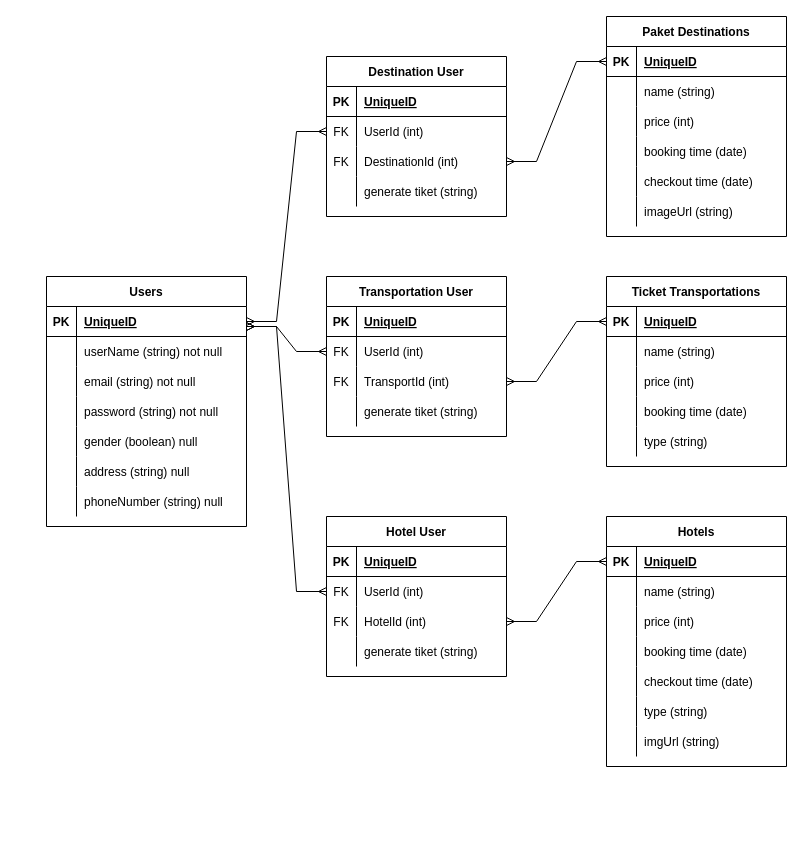
The draw.io diagram Untitled Diagram.drawio in rmt-21-uppsala-fox/p2-iproject-server, before the edit. Source tidied: cells renumbered, new cells numbered last; positions are measured from the earlier drawing's top-left corner, leaving out a move shared by most shapes. Both pictures are drawn from the tidied source at 100%, with x=0, y=0 at pixel (46, 16).
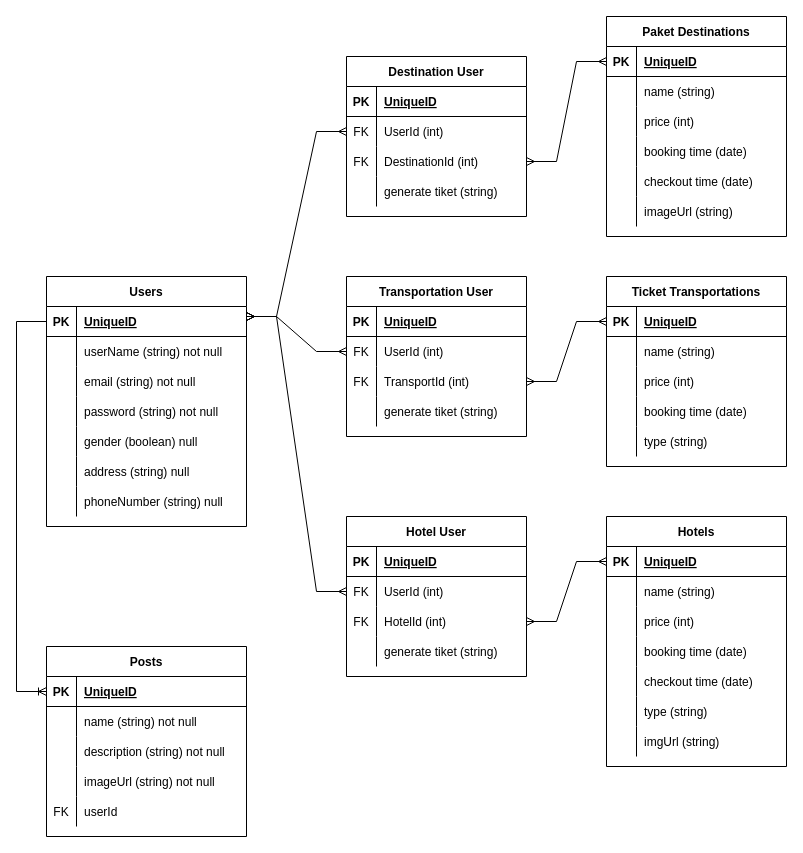
After the change.

The change refers to these unchanged cells:
```xml
<mxCell id="3" style="shape=tableRow;horizontal=0;startSize=0;swimlaneHead=0;swimlaneBody=0;fillColor=none;points=[[0,0.5],[1,0.5]];portConstraint=eastwest;top=0;left=0;right=0;bottom=1;" parent="2" vertex="1">
  <mxGeometry y="30" width="200" height="30" as="geometry" />
</mxCell>
<mxCell id="85" style="shape=tableRow;horizontal=0;startSize=0;swimlaneHead=0;swimlaneBody=0;fillColor=none;points=[[0,0.5],[1,0.5]];portConstraint=eastwest;top=0;left=0;right=0;bottom=0;" parent="81" vertex="1">
  <mxGeometry y="60" width="180" height="30" as="geometry" />
</mxCell>
<mxCell id="98" style="shape=tableRow;horizontal=0;startSize=0;swimlaneHead=0;swimlaneBody=0;fillColor=none;points=[[0,0.5],[1,0.5]];portConstraint=eastwest;top=0;left=0;right=0;bottom=0;" parent="94" vertex="1">
  <mxGeometry y="60" width="180" height="30" as="geometry" />
</mxCell>
<mxCell id="111" style="shape=tableRow;horizontal=0;startSize=0;swimlaneHead=0;swimlaneBody=0;fillColor=none;points=[[0,0.5],[1,0.5]];portConstraint=eastwest;top=0;left=0;right=0;bottom=0;" parent="107" vertex="1">
  <mxGeometry y="60" width="180" height="30" as="geometry" />
</mxCell>
```

What changed in the source:
```diff
@@
     <mxCell id="81" value="Destination User" style="shape=table;startSize=30;childLayout=tableLayout;rowLines=0;fontStyle=1;align=center;" parent="1" vertex="1">
-      <mxGeometry x="280" y="40" width="180" height="160" as="geometry" />
+      <mxGeometry x="300" y="40" width="180" height="160" as="geometry" />
     </mxCell>
@@
     <mxCell id="94" value="Transportation User" style="shape=table;startSize=30;childLayout=tableLayout;rowLines=0;fontStyle=1;align=center;" parent="1" vertex="1">
-      <mxGeometry x="280" y="260" width="180" height="160" as="geometry" />
+      <mxGeometry x="300" y="260" width="180" height="160" as="geometry" />
     </mxCell>
@@
     <mxCell id="107" value="Hotel User" style="shape=table;startSize=30;childLayout=tableLayout;rowLines=0;fontStyle=1;align=center;" parent="1" vertex="1">
-      <mxGeometry x="280" y="500" width="180" height="160" as="geometry" />
+      <mxGeometry x="300" y="500" width="180" height="160" as="geometry" />
     </mxCell>
@@
-    <mxCell id="120" style="edgeStyle=entityRelationEdgeStyle;fontSize=12;html=1;endArrow=ERmany;startArrow=ERmany;rounded=0;exitX=1;exitY=0.5;exitDx=0;exitDy=0;entryX=0;entryY=0.5;entryDx=0;entryDy=0;" parent="1" edge="1" source="3" target="85">
-      <mxGeometry relative="1" as="geometry" />
+    <mxCell id="120" style="edgeStyle=entityRelationEdgeStyle;fontSize=12;html=1;endArrow=ERmany;startArrow=ERmany;rounded=0;entryX=0;entryY=0.5;entryDx=0;entryDy=0;" parent="1" edge="1" target="85">
+      <mxGeometry relative="1" as="geometry">
+        <mxPoint x="200" y="300" as="sourcePoint" />
+      </mxGeometry>
     </mxCell>
@@
     <mxCell id="124" style="edgeStyle=entityRelationEdgeStyle;fontSize=12;html=1;endArrow=ERmany;startArrow=ERmany;rounded=0;" parent="1" edge="1" target="111">
       <mxGeometry relative="1" as="geometry">
-        <mxPoint x="200" y="310" as="sourcePoint" />
+        <mxPoint x="200" y="300" as="sourcePoint" />
       </mxGeometry>
     </mxCell>
     <mxCell id="125" style="edgeStyle=entityRelationEdgeStyle;fontSize=12;html=1;endArrow=ERmany;startArrow=ERmany;rounded=0;entryX=0;entryY=0.5;entryDx=0;entryDy=0;" parent="1" edge="1" target="98">
       <mxGeometry relative="1" as="geometry">
-        <mxPoint x="200" y="310" as="sourcePoint" />
+        <mxPoint x="200" y="300" as="sourcePoint" />
       </mxGeometry>
     </mxCell>
+    <mxCell id="126" value="Posts" style="shape=table;startSize=30;childLayout=tableLayout;rowLines=0;fontStyle=1;align=center;" parent="1" vertex="1">
+      <mxGeometry y="630" width="200" height="190" as="geometry" />
+    </mxCell>
+    <mxCell id="127" style="shape=tableRow;horizontal=0;startSize=0;swimlaneHead=0;swimlaneBody=0;fillColor=none;points=[[0,0.5],[1,0.5]];portConstraint=eastwest;top=0;left=0;right=0;bottom=1;" parent="126" vertex="1">
+      <mxGeometry y="30" width="200" height="30" as="geometry" />
+    </mxCell>
+    <mxCell id="128" value="PK" style="shape=partialRectangle;fillColor=none;top=0;left=0;bottom=0;right=0;fontStyle=1;overflow=hidden;" parent="127" vertex="1">
+      <mxGeometry width="30" height="30" as="geometry" />
+    </mxCell>
+    <mxCell id="129" value="UniqueID" style="shape=partialRectangle;fillColor=none;top=0;left=0;bottom=0;right=0;align=left;spacingLeft=6;fontStyle=5;overflow=hidden;" parent="127" vertex="1">
+      <mxGeometry x="30" width="170" height="30" as="geometry" />
+    </mxCell>
+    <mxCell id="130" style="shape=tableRow;horizontal=0;startSize=0;swimlaneHead=0;swimlaneBody=0;fillColor=none;top=0;left=0;right=0;bottom=0;" parent="126" vertex="1">
+      <mxGeometry y="60" width="200" height="30" as="geometry" />
+    </mxCell>
+    <mxCell id="131" style="shape=partialRectangle;fillColor=none;top=0;left=0;bottom=0;right=0;overflow=hidden;" parent="130" vertex="1">
+      <mxGeometry width="30" height="30" as="geometry" />
+    </mxCell>
+    <mxCell id="132" value="name (string) not null" style="shape=partialRectangle;fillColor=none;top=0;left=0;bottom=0;right=0;align=left;spacingLeft=6;overflow=hidden;" parent="130" vertex="1">
+      <mxGeometry x="30" width="170" height="30" as="geometry" />
+    </mxCell>
+    <mxCell id="133" style="shape=tableRow;horizontal=0;startSize=0;swimlaneHead=0;swimlaneBody=0;fillColor=none;top=0;left=0;right=0;bottom=0;" parent="126" vertex="1">
+      <mxGeometry y="90" width="200" height="30" as="geometry" />
+    </mxCell>
+    <mxCell id="134" style="shape=partialRectangle;fillColor=none;top=0;left=0;bottom=0;right=0;overflow=hidden;" parent="133" vertex="1">
+      <mxGeometry width="30" height="30" as="geometry" />
+    </mxCell>
+    <mxCell id="135" value="description (string) not null" style="shape=partialRectangle;fillColor=none;top=0;left=0;bottom=0;right=0;align=left;spacingLeft=6;overflow=hidden;" parent="133" vertex="1">
+      <mxGeometry x="30" width="170" height="30" as="geometry" />
+    </mxCell>
+    <mxCell id="136" style="shape=tableRow;horizontal=0;startSize=0;swimlaneHead=0;swimlaneBody=0;fillColor=none;top=0;left=0;right=0;bottom=0;" parent="126" vertex="1">
+      <mxGeometry y="120" width="200" height="30" as="geometry" />
+    </mxCell>
+    <mxCell id="137" style="shape=partialRectangle;fillColor=none;top=0;left=0;bottom=0;right=0;overflow=hidden;" parent="136" vertex="1">
+      <mxGeometry width="30" height="30" as="geometry" />
+    </mxCell>
+    <mxCell id="138" value="imageUrl (string) not null" style="shape=partialRectangle;fillColor=none;top=0;left=0;bottom=0;right=0;align=left;spacingLeft=6;overflow=hidden;" parent="136" vertex="1">
+      <mxGeometry x="30" width="170" height="30" as="geometry" />
+    </mxCell>
+    <mxCell id="139" style="shape=tableRow;horizontal=0;startSize=0;swimlaneHead=0;swimlaneBody=0;fillColor=none;top=0;left=0;right=0;bottom=0;" parent="126" vertex="1">
+      <mxGeometry y="150" width="200" height="30" as="geometry" />
+    </mxCell>
+    <mxCell id="140" value="FK" style="shape=partialRectangle;fillColor=none;top=0;left=0;bottom=0;right=0;overflow=hidden;" parent="139" vertex="1">
+      <mxGeometry width="30" height="30" as="geometry" />
+    </mxCell>
+    <mxCell id="141" value="userId" style="shape=partialRectangle;fillColor=none;top=0;left=0;bottom=0;right=0;align=left;spacingLeft=6;overflow=hidden;" parent="139" vertex="1">
+      <mxGeometry x="30" width="170" height="30" as="geometry" />
+    </mxCell>
+    <mxCell id="142" style="edgeStyle=orthogonalEdgeStyle;fontSize=12;html=1;endArrow=ERoneToMany;rounded=0;fontColor=#990000;exitX=0;exitY=0.5;exitDx=0;exitDy=0;entryX=0;entryY=0.5;entryDx=0;entryDy=0;" parent="1" edge="1" source="3" target="127">
+      <mxGeometry relative="1" as="geometry">
+        <Array as="points">
+          <mxPoint x="-30" y="305" />
+          <mxPoint x="-30" y="675" />
+        </Array>
+      </mxGeometry>
+    </mxCell>
```
